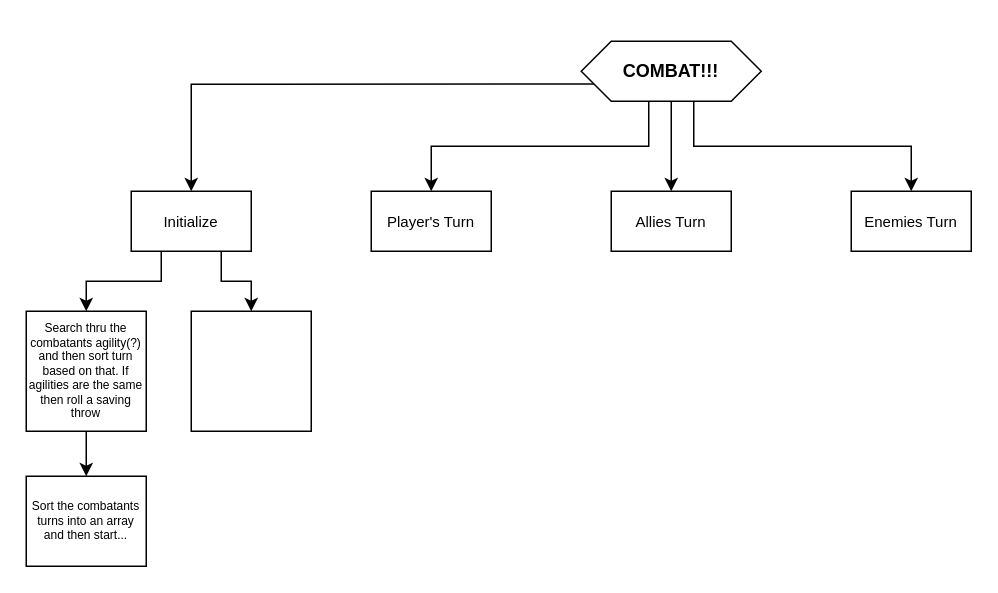
Above: Notes/Charts/Combat.drawio in ChrisGlenn/Taelus (draw.io), before the change. Source tidied: cells renumbered, new cells numbered last; positions are measured from the earlier drawing's top-left corner, leaving out a move shared by most shapes. Both pictures are drawn from the tidied source at 150%, with x=0, y=0 at pixel (26, 40).
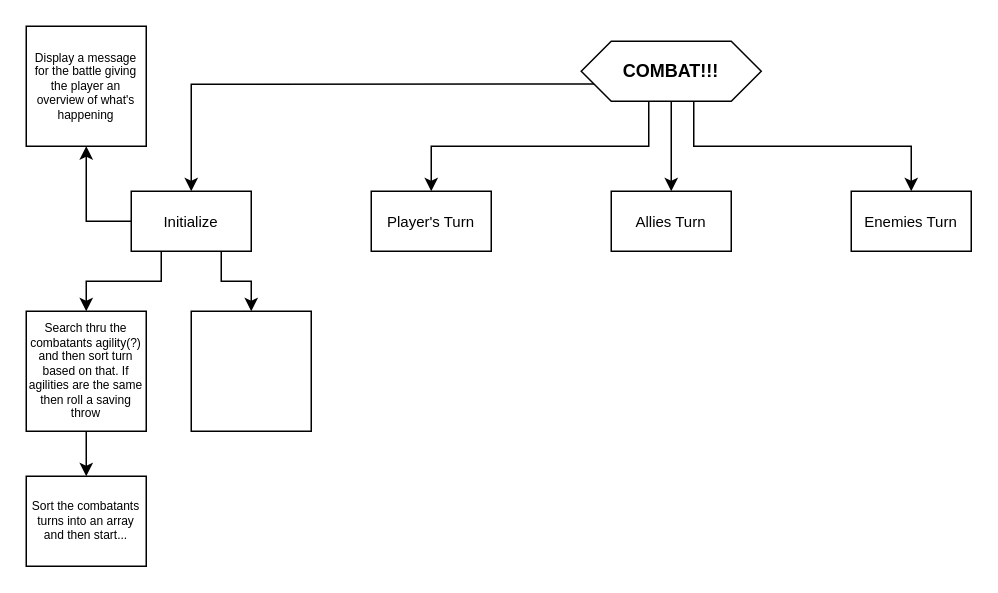
The same diagram, later.

Diff of the diagram source:
```diff
@@
 <mxGraphModel>
   <root>
     <mxCell id="0" />
     <mxCell id="1" parent="0" />
     <mxCell id="2" style="edgeStyle=orthogonalEdgeStyle;rounded=0;jettySize=auto;html=1;exitX=0;exitY=0.75;exitDx=0;exitDy=0;entryX=0.5;entryY=0;entryDx=0;entryDy=0;" parent="1" edge="1" source="6" target="9">
       <mxGeometry relative="1" as="geometry" />
     </mxCell>
     <mxCell id="3" style="edgeStyle=orthogonalEdgeStyle;rounded=0;jettySize=auto;html=1;exitX=0.375;exitY=1;exitDx=0;exitDy=0;entryX=0.5;entryY=0;entryDx=0;entryDy=0;" parent="1" edge="1" source="6" target="10">
       <mxGeometry relative="1" as="geometry" />
     </mxCell>
     <mxCell id="4" style="edgeStyle=orthogonalEdgeStyle;rounded=0;jettySize=auto;html=1;exitX=0.5;exitY=1;exitDx=0;exitDy=0;entryX=0.5;entryY=0;entryDx=0;entryDy=0;" parent="1" edge="1" source="6" target="11">
       <mxGeometry relative="1" as="geometry" />
     </mxCell>
     <mxCell id="5" style="edgeStyle=orthogonalEdgeStyle;rounded=0;jettySize=auto;html=1;exitX=0.625;exitY=1;exitDx=0;exitDy=0;" parent="1" edge="1" source="6" target="12">
       <mxGeometry relative="1" as="geometry" />
     </mxCell>
     <mxCell id="6" value="COMBAT!!!" style="shape=hexagon;perimeter=hexagonPerimeter2;whiteSpace=wrap;html=1;fixedSize=1;fontStyle=1;" parent="1" vertex="1">
       <mxGeometry x="370" width="120" height="40" as="geometry" />
     </mxCell>
     <mxCell id="7" style="edgeStyle=orthogonalEdgeStyle;rounded=0;jettySize=auto;html=1;exitX=0.25;exitY=1;exitDx=0;exitDy=0;entryX=0.5;entryY=0;entryDx=0;entryDy=0;" parent="1" edge="1" source="9" target="14">
       <mxGeometry relative="1" as="geometry" />
     </mxCell>
     <mxCell id="8" style="edgeStyle=orthogonalEdgeStyle;rounded=0;jettySize=auto;html=1;exitX=0.75;exitY=1;exitDx=0;exitDy=0;" parent="1" edge="1" source="9" target="16">
       <mxGeometry relative="1" as="geometry" />
     </mxCell>
+    <mxCell id="17" style="edgeStyle=orthogonalEdgeStyle;rounded=0;jettySize=auto;html=1;exitX=0;exitY=0.5;exitDx=0;exitDy=0;entryX=0.5;entryY=1;entryDx=0;entryDy=0;" parent="1" edge="1" source="9" target="18">
+      <mxGeometry relative="1" as="geometry" />
+    </mxCell>
     <mxCell id="9" value="Initialize" style="rounded=0;whiteSpace=wrap;html=1;fontSize=10;" parent="1" vertex="1">
       <mxGeometry x="70" y="100" width="80" height="40" as="geometry" />
     </mxCell>
     <mxCell id="10" value="Player's Turn" style="rounded=0;whiteSpace=wrap;html=1;fontSize=10;" parent="1" vertex="1">
       <mxGeometry x="230" y="100" width="80" height="40" as="geometry" />
     </mxCell>
     <mxCell id="11" value="Allies Turn" style="rounded=0;whiteSpace=wrap;html=1;fontSize=10;" parent="1" vertex="1">
       <mxGeometry x="390" y="100" width="80" height="40" as="geometry" />
     </mxCell>
     <mxCell id="12" value="Enemies Turn" style="rounded=0;whiteSpace=wrap;html=1;fontSize=10;" parent="1" vertex="1">
       <mxGeometry x="550" y="100" width="80" height="40" as="geometry" />
     </mxCell>
     <mxCell id="13" style="edgeStyle=orthogonalEdgeStyle;rounded=0;jettySize=auto;html=1;exitX=0.5;exitY=1;exitDx=0;exitDy=0;entryX=0.5;entryY=0;entryDx=0;entryDy=0;" parent="1" edge="1" source="14" target="15">
       <mxGeometry relative="1" as="geometry" />
     </mxCell>
     <mxCell id="14" value="Search thru the combatants agility(?) and then sort turn based on that. If agilities are the same then roll a saving throw" style="rounded=0;whiteSpace=wrap;html=1;fontSize=8;" parent="1" vertex="1">
       <mxGeometry y="180" width="80" height="80" as="geometry" />
     </mxCell>
     <mxCell id="15" value="Sort the combatants turns into an array and then start..." style="rounded=0;whiteSpace=wrap;html=1;fontSize=8;" parent="1" vertex="1">
       <mxGeometry y="290" width="80" height="60" as="geometry" />
     </mxCell>
     <mxCell id="16" style="rounded=0;whiteSpace=wrap;html=1;fontSize=8;" parent="1" vertex="1">
       <mxGeometry x="110" y="180" width="80" height="80" as="geometry" />
     </mxCell>
+    <mxCell id="18" value="Display a message for the battle giving the player an overview of what's happening" style="rounded=0;whiteSpace=wrap;html=1;fontSize=8;" parent="1" vertex="1">
+      <mxGeometry y="-10" width="80" height="80" as="geometry" />
+    </mxCell>
   </root>
 </mxGraphModel>
```
